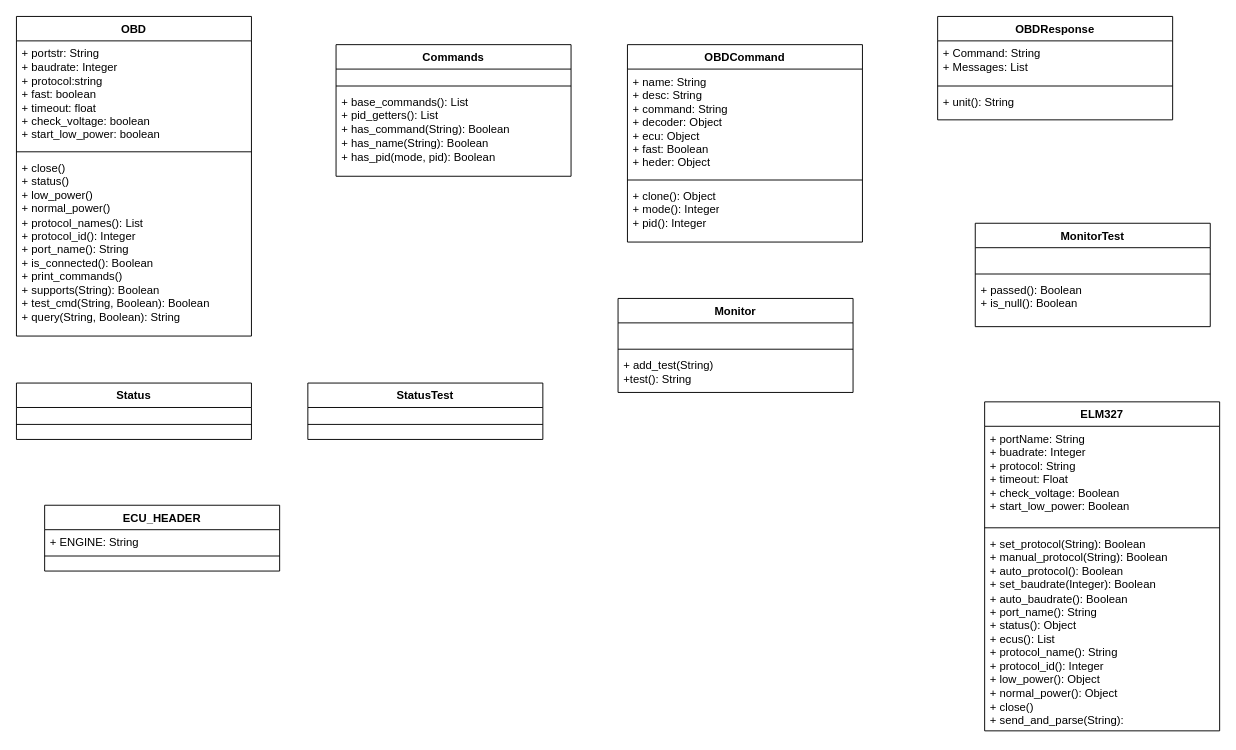
Earlier version of the draw.io diagram docs/python-OBD.drawio (ironiot/bcit-issp). Source tidied: cells renumbered, new cells numbered last; positions are measured from the earlier drawing's top-left corner, leaving out a move shared by most shapes. Both pictures are drawn from the tidied source at 94%, with x=0, y=0 at pixel (16, 16).
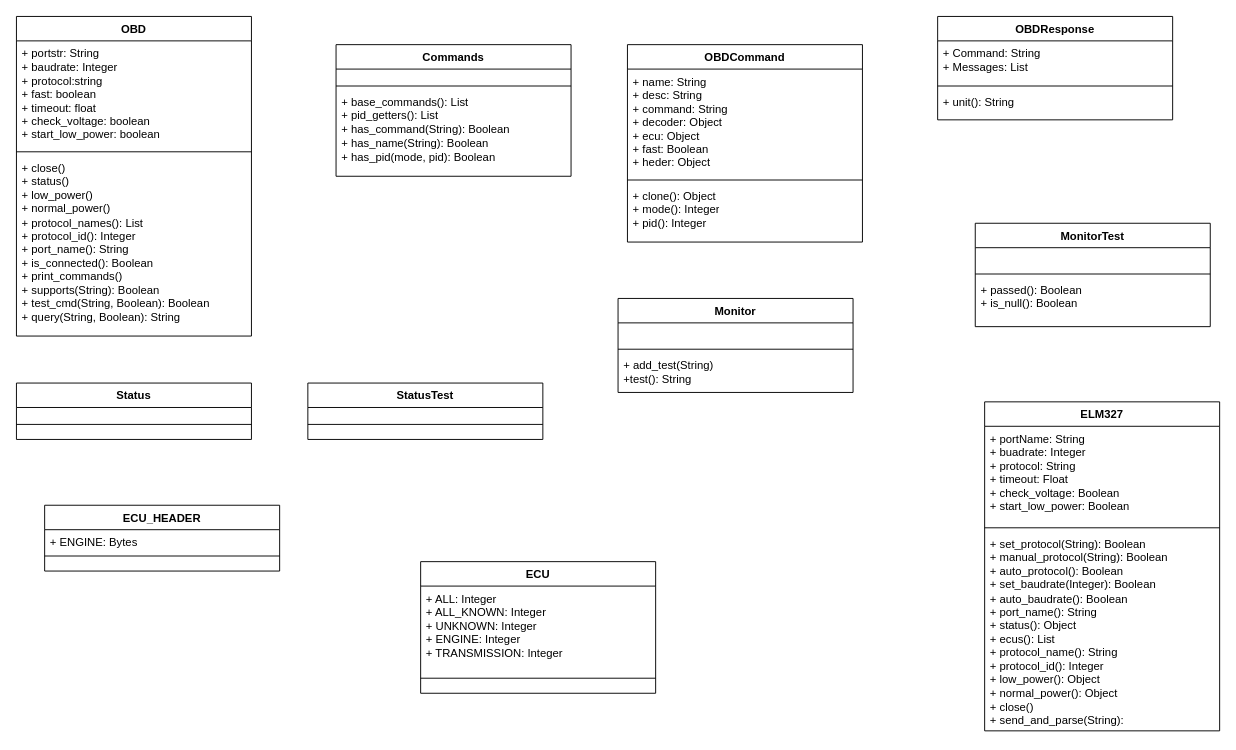
The same diagram, later.

Commit message (it also covers changes not shown here):
added a UML class diagram for ECU class

Unchanged cells that the change refers to:
```xml
<mxCell id="38" value="ECU_HEADER" style="swimlane;fontStyle=1;align=center;verticalAlign=top;horizontal=1;startSize=26;whiteSpace=wrap;html=1;" parent="1" vertex="1">
  <mxGeometry x="30" y="520" width="250" height="70" as="geometry" />
</mxCell>
```

Change to the diagram source:
```diff
@@
-    <mxCell id="39" value="&lt;div&gt;+ ENGINE: String&lt;/div&gt;" style="text;strokeColor=none;fillColor=none;align=left;verticalAlign=top;spacingLeft=4;spacingRight=4;overflow=hidden;whiteSpace=wrap;html=1;" parent="38" vertex="1">
+    <mxCell id="39" value="&lt;div&gt;+ ENGINE: Bytes&lt;/div&gt;" style="text;strokeColor=none;fillColor=none;align=left;verticalAlign=top;spacingLeft=4;spacingRight=4;overflow=hidden;whiteSpace=wrap;html=1;" parent="38" vertex="1">
       <mxGeometry y="26" width="250" height="24" as="geometry" />
     </mxCell>
@@
+    <mxCell id="42" value="ECU" style="swimlane;fontStyle=1;align=center;verticalAlign=top;horizontal=1;startSize=26;whiteSpace=wrap;html=1;" parent="1" vertex="1">
+      <mxGeometry x="430" y="580" width="250" height="140" as="geometry" />
+    </mxCell>
+    <mxCell id="43" value="&lt;div&gt;+ ALL: Integer&lt;/div&gt;&lt;div&gt;+ ALL_KNOWN: Integer&lt;/div&gt;&lt;div&gt;+ UNKNOWN: Integer&lt;/div&gt;&lt;div&gt;+ ENGINE: Integer&lt;/div&gt;&lt;div&gt;+ TRANSMISSION: Integer&lt;/div&gt;" style="text;strokeColor=none;fillColor=none;align=left;verticalAlign=top;spacingLeft=4;spacingRight=4;overflow=hidden;whiteSpace=wrap;html=1;" parent="42" vertex="1">
+      <mxGeometry y="26" width="250" height="94" as="geometry" />
+    </mxCell>
+    <mxCell id="44" style="line;strokeWidth=1;fillColor=none;align=left;verticalAlign=middle;spacingTop=-1;spacingLeft=3;spacingRight=3;labelPosition=right;strokeColor=inherit;" parent="42" vertex="1">
+      <mxGeometry y="120" width="250" height="8" as="geometry" />
+    </mxCell>
+    <mxCell id="45" value="&lt;div&gt;&lt;br&gt;&lt;/div&gt;" style="text;strokeColor=none;fillColor=none;align=left;verticalAlign=top;spacingLeft=4;spacingRight=4;overflow=hidden;whiteSpace=wrap;html=1;" parent="42" vertex="1">
+      <mxGeometry y="128" width="250" height="12" as="geometry" />
+    </mxCell>
```
